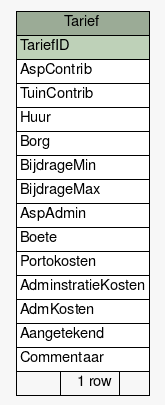
Above: db-schema-docs/diagrams/summary/Tarief.1degree.png in slspeek/ona-volkstuin (Graphviz), before the change. Its source is kept beside it as db-schema-docs/diagrams/summary/Tarief.1degree.dot.
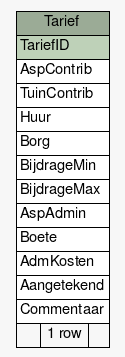
The same diagram one commit later.

What changed in the source:
```diff
@@ -28,8 +28,6 @@
       <TR><TD PORT="BijdrageMax" COLSPAN="3" ALIGN="LEFT">BijdrageMax</TD></TR>
       <TR><TD PORT="AspAdmin" COLSPAN="3" ALIGN="LEFT">AspAdmin</TD></TR>
       <TR><TD PORT="Boete" COLSPAN="3" ALIGN="LEFT">Boete</TD></TR>
-      <TR><TD PORT="Portokosten" COLSPAN="3" ALIGN="LEFT">Portokosten</TD></TR>
-      <TR><TD PORT="AdminstratieKosten" COLSPAN="3" ALIGN="LEFT">AdminstratieKosten</TD></TR>
       <TR><TD PORT="AdmKosten" COLSPAN="3" ALIGN="LEFT">AdmKosten</TD></TR>
       <TR><TD PORT="Aangetekend" COLSPAN="3" ALIGN="LEFT">Aangetekend</TD></TR>
       <TR><TD PORT="Commentaar" COLSPAN="3" ALIGN="LEFT">Commentaar</TD></TR>
```
